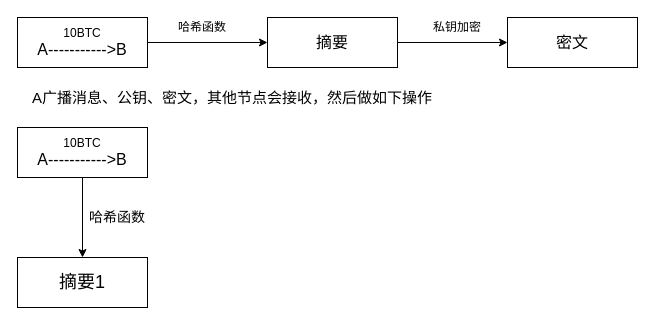
Above: zhuanzhang.drawio in s1874217870/starup (draw.io), before the change. Source tidied: cells renumbered, new cells numbered last; positions are measured from the earlier drawing's top-left corner, leaving out a move shared by most shapes. Both pictures are drawn from the tidied source at 100%, with x=0, y=0 at pixel (17, 17).
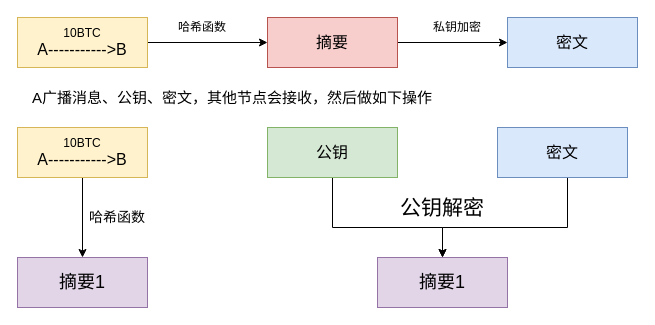
The same diagram, later.

Diff of the diagram source:
```diff
@@
-    <mxCell id="3" value="10BTC&lt;br&gt;&lt;font style=&quot;font-size: 16px&quot;&gt;A-----------&amp;gt;B&lt;/font&gt;" style="rounded=0;whiteSpace=wrap;html=1;" parent="1" vertex="1">
+    <mxCell id="3" value="10BTC&lt;br&gt;&lt;font style=&quot;font-size: 16px&quot;&gt;A-----------&amp;gt;B&lt;/font&gt;" style="rounded=0;whiteSpace=wrap;html=1;fillColor=#fff2cc;strokeColor=#d6b656;" parent="1" vertex="1">
       <mxGeometry width="130" height="50" as="geometry" />
     </mxCell>
@@
-    <mxCell id="5" value="&lt;font style=&quot;font-size: 16px&quot;&gt;摘要&lt;/font&gt;" style="rounded=0;whiteSpace=wrap;html=1;" parent="1" vertex="1">
+    <mxCell id="5" value="&lt;font style=&quot;font-size: 16px&quot;&gt;摘要&lt;/font&gt;" style="rounded=0;whiteSpace=wrap;html=1;fillColor=#f8cecc;strokeColor=#b85450;" parent="1" vertex="1">
       <mxGeometry x="250" width="130" height="50" as="geometry" />
     </mxCell>
@@
-    <mxCell id="7" value="&lt;font style=&quot;font-size: 16px&quot;&gt;密文&lt;/font&gt;" style="rounded=0;whiteSpace=wrap;html=1;" parent="1" vertex="1">
+    <mxCell id="7" value="&lt;font style=&quot;font-size: 16px&quot;&gt;密文&lt;/font&gt;" style="rounded=0;whiteSpace=wrap;html=1;fillColor=#dae8fc;strokeColor=#6c8ebf;" parent="1" vertex="1">
       <mxGeometry x="490" width="130" height="50" as="geometry" />
     </mxCell>
@@
-    <mxCell id="11" value="10BTC&lt;br&gt;&lt;font style=&quot;font-size: 16px&quot;&gt;A-----------&amp;gt;B&lt;/font&gt;" style="rounded=0;whiteSpace=wrap;html=1;" parent="1" vertex="1">
+    <mxCell id="11" value="10BTC&lt;br&gt;&lt;font style=&quot;font-size: 16px&quot;&gt;A-----------&amp;gt;B&lt;/font&gt;" style="rounded=0;whiteSpace=wrap;html=1;fillColor=#fff2cc;strokeColor=#d6b656;" parent="1" vertex="1">
       <mxGeometry y="110" width="130" height="50" as="geometry" />
     </mxCell>
-    <mxCell id="12" value="&lt;font style=&quot;font-size: 18px&quot;&gt;摘要1&lt;/font&gt;" style="rounded=0;whiteSpace=wrap;html=1;" parent="1" vertex="1">
+    <mxCell id="12" value="&lt;font style=&quot;font-size: 18px&quot;&gt;摘要1&lt;/font&gt;" style="rounded=0;whiteSpace=wrap;html=1;fillColor=#e1d5e7;strokeColor=#9673a6;" parent="1" vertex="1">
       <mxGeometry y="240" width="130" height="50" as="geometry" />
     </mxCell>
@@
+    <mxCell id="14" style="edgeStyle=orthogonalEdgeStyle;rounded=0;jettySize=auto;html=1;exitX=0.5;exitY=1;exitDx=0;exitDy=0;entryX=0.5;entryY=0;entryDx=0;entryDy=0;" parent="1" edge="1" source="15" target="18">
+      <mxGeometry relative="1" as="geometry">
+        <Array as="points">
+          <mxPoint x="315" y="210" />
+          <mxPoint x="425" y="210" />
+        </Array>
+      </mxGeometry>
+    </mxCell>
+    <mxCell id="15" value="&lt;font style=&quot;font-size: 16px&quot;&gt;公钥&lt;/font&gt;" style="rounded=0;whiteSpace=wrap;html=1;fillColor=#d5e8d4;strokeColor=#82b366;" parent="1" vertex="1">
+      <mxGeometry x="250" y="110" width="130" height="50" as="geometry" />
+    </mxCell>
+    <mxCell id="16" style="edgeStyle=orthogonalEdgeStyle;rounded=0;jettySize=auto;html=1;entryX=0.5;entryY=0;entryDx=0;entryDy=0;" parent="1" edge="1" target="18">
+      <mxGeometry relative="1" as="geometry">
+        <mxPoint x="550" y="160" as="sourcePoint" />
+        <Array as="points">
+          <mxPoint x="550" y="160" />
+          <mxPoint x="550" y="210" />
+          <mxPoint x="425" y="210" />
+        </Array>
+      </mxGeometry>
+    </mxCell>
+    <mxCell id="17" value="&lt;font style=&quot;font-size: 16px&quot;&gt;密文&lt;/font&gt;" style="rounded=0;whiteSpace=wrap;html=1;fillColor=#dae8fc;strokeColor=#6c8ebf;" parent="1" vertex="1">
+      <mxGeometry x="480" y="110" width="130" height="50" as="geometry" />
+    </mxCell>
+    <mxCell id="18" value="&lt;font style=&quot;font-size: 18px&quot;&gt;摘要1&lt;/font&gt;" style="rounded=0;whiteSpace=wrap;html=1;fillColor=#e1d5e7;strokeColor=#9673a6;" parent="1" vertex="1">
+      <mxGeometry x="360" y="240" width="130" height="50" as="geometry" />
+    </mxCell>
+    <mxCell id="19" value="&lt;font style=&quot;font-size: 21px&quot;&gt;公钥解密&lt;/font&gt;" style="text;html=1;strokeColor=none;fillColor=none;align=center;verticalAlign=middle;whiteSpace=wrap;rounded=0;" parent="1" vertex="1">
+      <mxGeometry x="365" y="180" width="120" height="20" as="geometry" />
+    </mxCell>
```
